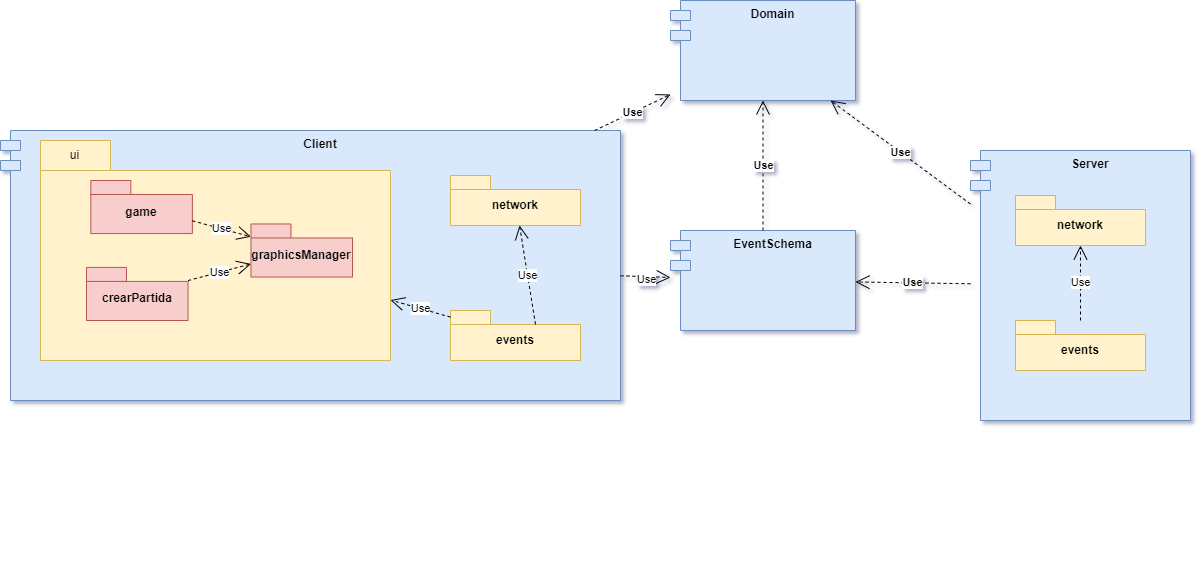
The draw.io diagram docs/imgs/Components_Diagram.png in SilverFlin/DominosPizza, before a commit. Source tidied: cells renumbered, new cells last; positions are measured from the earlier drawing's top-left corner, leaving out a move shared by most shapes.
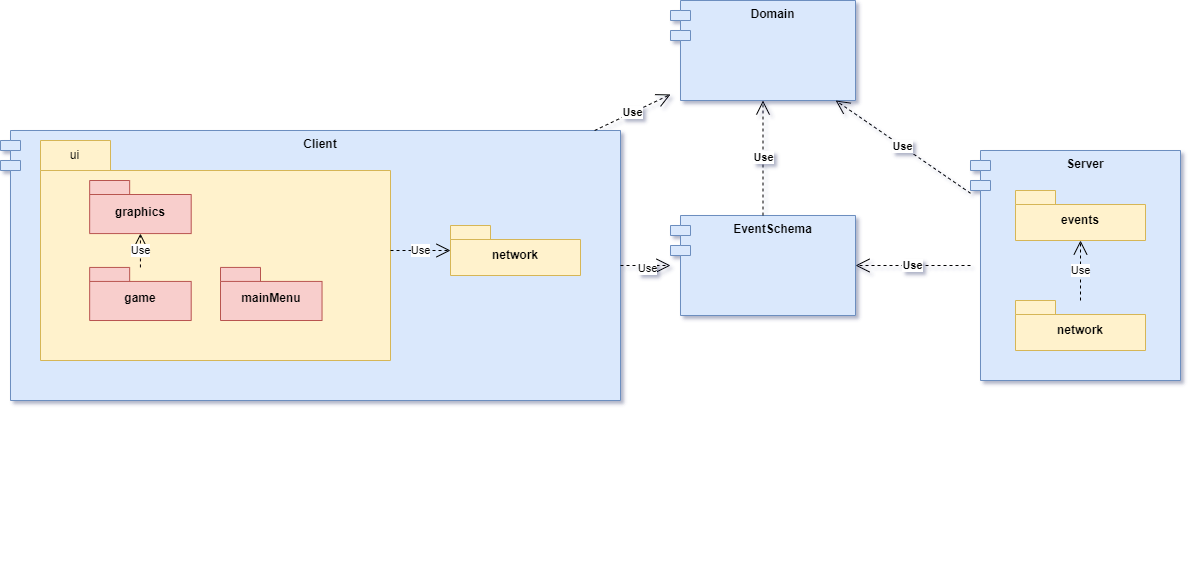
Later version of the same file.

Commit message:
docs: update components diagram

Change to the diagram source:
```diff
@@ -6,13 +6,13 @@
       <mxGeometry y="130" width="620" height="270" as="geometry" />
     </mxCell>
     <mxCell id="3" value="&lt;span&gt;Server&lt;/span&gt;" style="shape=module;align=left;spacingLeft=20;align=center;verticalAlign=top;whiteSpace=wrap;html=1;fillColor=#dae8fc;strokeColor=#6c8ebf;fontStyle=1;" parent="1" vertex="1">
-      <mxGeometry x="970" y="150" width="220" height="270" as="geometry" />
+      <mxGeometry x="970" y="150" width="210" height="230" as="geometry" />
     </mxCell>
     <mxCell id="4" value="Domain" style="shape=module;align=left;spacingLeft=20;align=center;verticalAlign=top;whiteSpace=wrap;html=1;fillColor=#dae8fc;strokeColor=#6c8ebf;fontStyle=1;" parent="1" vertex="1">
       <mxGeometry x="670" width="185" height="100" as="geometry" />
     </mxCell>
     <mxCell id="5" value="EventSchema" style="shape=module;align=left;spacingLeft=20;align=center;verticalAlign=top;whiteSpace=wrap;html=1;fillColor=#dae8fc;strokeColor=#6c8ebf;fontStyle=1;" parent="1" vertex="1">
-      <mxGeometry x="670" y="230" width="185" height="100" as="geometry" />
+      <mxGeometry x="670" y="215" width="185" height="100" as="geometry" />
     </mxCell>
     <mxCell id="6" value="Use" style="endArrow=open;endSize=12;dashed=1;html=1;rounded=0;fontStyle=1;" parent="1" edge="1" source="2" target="4">
       <mxGeometry relative="1" as="geometry" />
@@ -47,43 +47,34 @@
       <mxGeometry x="19.2" width="30" height="30" as="geometry" />
     </mxCell>
     <mxCell id="16" value="game" style="shape=folder;fontStyle=1;spacingTop=10;tabWidth=40;tabHeight=14;tabPosition=left;html=1;whiteSpace=wrap;fillColor=#f8cecc;strokeColor=#b85450;" parent="13" vertex="1">
-      <mxGeometry x="50.3" y="40" width="101.5" height="53.1" as="geometry" />
+      <mxGeometry x="49.2" y="126.9" width="101.5" height="53.1" as="geometry" />
     </mxCell>
-    <mxCell id="17" value="crearPartida" style="shape=folder;fontStyle=1;spacingTop=10;tabWidth=40;tabHeight=14;tabPosition=left;html=1;whiteSpace=wrap;fillColor=#f8cecc;strokeColor=#b85450;" parent="13" vertex="1">
-      <mxGeometry x="46" y="126.9" width="101.5" height="53.1" as="geometry" />
+    <mxCell id="17" value="mainMenu" style="shape=folder;fontStyle=1;spacingTop=10;tabWidth=40;tabHeight=14;tabPosition=left;html=1;whiteSpace=wrap;fillColor=#f8cecc;strokeColor=#b85450;" parent="13" vertex="1">
+      <mxGeometry x="180" y="126.9" width="101.5" height="53.1" as="geometry" />
     </mxCell>
-    <mxCell id="18" value="graphicsManager" style="shape=folder;fontStyle=1;spacingTop=10;tabWidth=40;tabHeight=14;tabPosition=left;html=1;whiteSpace=wrap;fillColor=#f8cecc;strokeColor=#b85450;" parent="13" vertex="1">
-      <mxGeometry x="210.5" y="83.5" width="101.5" height="53.1" as="geometry" />
+    <mxCell id="18" value="graphics" style="shape=folder;fontStyle=1;spacingTop=10;tabWidth=40;tabHeight=14;tabPosition=left;html=1;whiteSpace=wrap;fillColor=#f8cecc;strokeColor=#b85450;" parent="13" vertex="1">
+      <mxGeometry x="49.2" y="40" width="101.5" height="53.1" as="geometry" />
     </mxCell>
     <mxCell id="19" value="Use" style="endArrow=open;endSize=12;dashed=1;html=1;rounded=0;" parent="13" edge="1" source="16" target="18">
       <mxGeometry relative="1" as="geometry" />
     </mxCell>
-    <mxCell id="20" value="Use" style="endArrow=open;endSize=12;dashed=1;html=1;rounded=0;" parent="13" edge="1" source="17" target="18">
-      <mxGeometry relative="1" as="geometry" />
-    </mxCell>
-    <mxCell id="21" value="events" style="shape=folder;fontStyle=1;spacingTop=10;tabWidth=40;tabHeight=14;tabPosition=left;html=1;whiteSpace=wrap;fillColor=#fff2cc;strokeColor=#d6b656;" parent="1" vertex="1">
-      <mxGeometry x="450" y="310" width="130" height="50" as="geometry" />
+    <mxCell id="21" value="network" style="shape=folder;fontStyle=1;spacingTop=10;tabWidth=40;tabHeight=14;tabPosition=left;html=1;whiteSpace=wrap;fillColor=#fff2cc;strokeColor=#d6b656;" parent="1" vertex="1">
+      <mxGeometry x="450" y="225" width="130" height="50" as="geometry" />
     </mxCell>
-    <mxCell id="22" value="Use" style="endArrow=open;endSize=12;dashed=1;html=1;rounded=0;" parent="1" edge="1" source="21" target="14">
-      <mxGeometry relative="1" as="geometry" />
-    </mxCell>
-    <mxCell id="23" value="network" style="shape=folder;fontStyle=1;spacingTop=10;tabWidth=40;tabHeight=14;tabPosition=left;html=1;whiteSpace=wrap;fillColor=#fff2cc;strokeColor=#d6b656;" parent="1" vertex="1">
-      <mxGeometry x="450" y="175" width="130" height="50" as="geometry" />
-    </mxCell>
-    <mxCell id="24" value="Use" style="endArrow=open;endSize=12;dashed=1;html=1;rounded=0;exitX=0;exitY=0;exitDx=85;exitDy=14;exitPerimeter=0;" parent="1" edge="1" source="21" target="23">
-      <mxGeometry relative="1" as="geometry" />
-    </mxCell>
     <mxCell id="25" value="network" style="shape=folder;fontStyle=1;spacingTop=10;tabWidth=40;tabHeight=14;tabPosition=left;html=1;whiteSpace=wrap;fillColor=#fff2cc;strokeColor=#d6b656;" parent="1" vertex="1">
-      <mxGeometry x="1015" y="195" width="130" height="50" as="geometry" />
+      <mxGeometry x="1015" y="300" width="130" height="50" as="geometry" />
     </mxCell>
-    <mxCell id="26" value="Use" style="endArrow=open;endSize=12;dashed=1;html=1;rounded=0;" parent="1" edge="1" source="27" target="25">
+    <mxCell id="26" value="Use" style="endArrow=open;endSize=12;dashed=1;html=1;rounded=0;" parent="1" edge="1" source="25" target="27">
       <mxGeometry relative="1" as="geometry" />
     </mxCell>
     <mxCell id="27" value="events" style="shape=folder;fontStyle=1;spacingTop=10;tabWidth=40;tabHeight=14;tabPosition=left;html=1;whiteSpace=wrap;fillColor=#fff2cc;strokeColor=#d6b656;" parent="1" vertex="1">
-      <mxGeometry x="1015" y="320" width="130" height="50" as="geometry" />
+      <mxGeometry x="1015" y="190" width="130" height="50" as="geometry" />
     </mxCell>
     <mxCell id="28" value="Use" style="endArrow=open;endSize=12;dashed=1;html=1;rounded=0;fontStyle=1;" parent="1" edge="1" source="5" target="4">
       <mxGeometry relative="1" as="geometry" />
     </mxCell>
+    <mxCell id="22" value="Use" style="endArrow=open;endSize=12;dashed=1;html=1;rounded=0;" parent="1" edge="1" source="14" target="21">
+      <mxGeometry relative="1" as="geometry" />
+    </mxCell>
   </root>
 </mxGraphModel>
```
